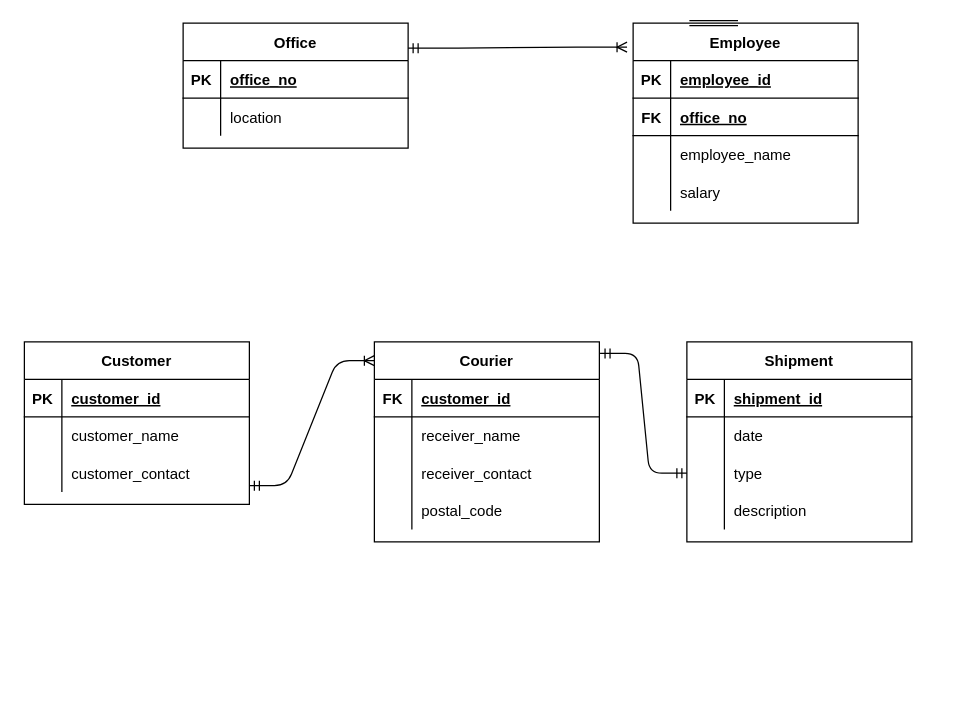
Above: Untitled Diagram.drawio in mmuneeburahman/DB (draw.io), before the change. Source tidied: cells renumbered, new cells numbered last; positions are measured from the earlier drawing's top-left corner, leaving out a move shared by most shapes. Both pictures are drawn from the tidied source at 125%, with x=0, y=0 at pixel (24, 22).
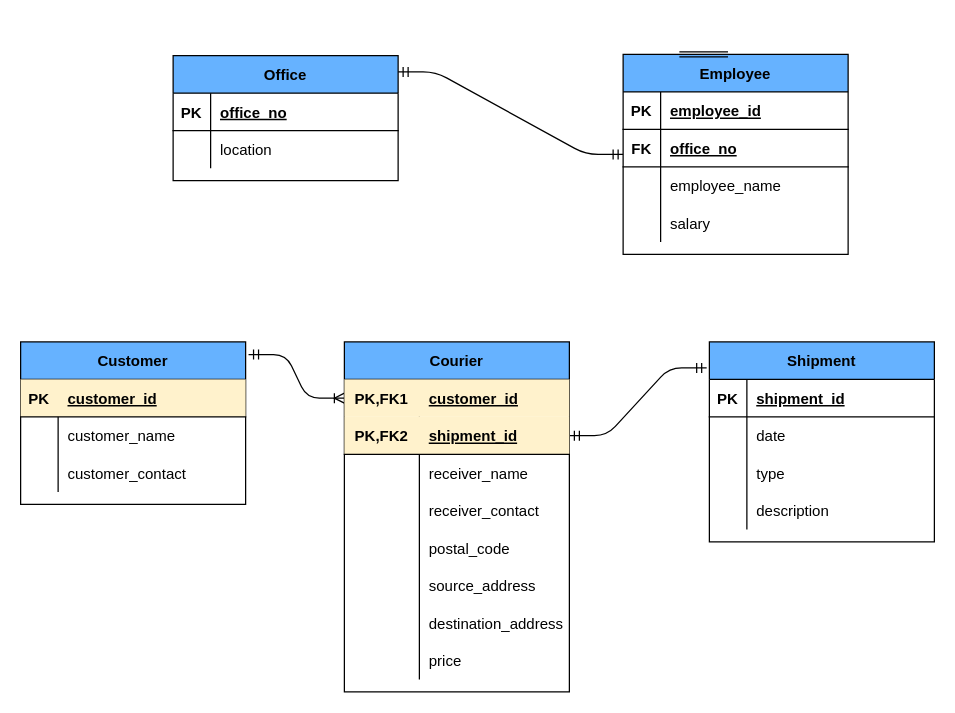
The same page after the edit.

Diff of the diagram source:
```diff
@@
-    <mxCell id="2" value="Shipment" style="shape=table;startSize=30;childLayout=tableLayout;rowLines=0;fontStyle=1;align=center;" parent="1" vertex="1">
-      <mxGeometry x="530" y="255" width="180" height="160" as="geometry" />
+    <mxCell id="2" value="Shipment" style="shape=table;startSize=30;childLayout=tableLayout;rowLines=0;fontStyle=1;align=center;fillColor=#66B2FF;" parent="1" vertex="1">
+      <mxGeometry x="548" y="255" width="180" height="160" as="geometry" />
     </mxCell>
@@
-    <mxCell id="15" value="Customer" style="shape=table;startSize=30;childLayout=tableLayout;rowLines=0;fontStyle=1;align=center;" parent="1" vertex="1">
-      <mxGeometry y="255" width="180" height="130" as="geometry" />
+    <mxCell id="15" value="Customer" style="shape=table;startSize=30;childLayout=tableLayout;rowLines=0;fontStyle=1;align=center;fillColor=#66B2FF;" parent="1" vertex="1">
+      <mxGeometry x="-3" y="255" width="180" height="130" as="geometry" />
     </mxCell>
-    <mxCell id="16" style="shape=partialRectangle;fillColor=none;top=0;left=0;bottom=1;right=0;" parent="15" vertex="1">
+    <mxCell id="16" style="shape=partialRectangle;fillColor=#FFF2CC;top=0;left=0;bottom=1;right=0;" parent="15" vertex="1">
       <mxGeometry y="30" width="180" height="30" as="geometry" />
     </mxCell>
@@
-    <mxCell id="25" value="Courier" style="shape=table;startSize=30;childLayout=tableLayout;rowLines=0;fontStyle=1;align=center;" parent="1" vertex="1">
-      <mxGeometry x="280" y="255" width="180" height="160" as="geometry" />
-    </mxCell>
-    <mxCell id="26" style="shape=partialRectangle;fillColor=none;top=0;left=0;bottom=1;right=0;" parent="25" vertex="1">
-      <mxGeometry y="30" width="180" height="30" as="geometry" />
-    </mxCell>
-    <mxCell id="27" value="FK" style="shape=partialRectangle;fillColor=none;top=0;left=0;bottom=0;right=0;fontStyle=1;overflow=hidden;" parent="26" vertex="1">
-      <mxGeometry width="30" height="30" as="geometry" />
-    </mxCell>
-    <mxCell id="28" value="customer_id" style="shape=partialRectangle;fillColor=none;top=0;left=0;bottom=0;right=0;align=left;spacingLeft=6;fontStyle=5;overflow=hidden;" parent="26" vertex="1">
-      <mxGeometry x="30" width="150" height="30" as="geometry" />
-    </mxCell>
-    <mxCell id="29" style="shape=partialRectangle;fillColor=none;top=0;left=0;bottom=0;right=0;" parent="25" vertex="1">
-      <mxGeometry y="60" width="180" height="30" as="geometry" />
-    </mxCell>
-    <mxCell id="30" style="shape=partialRectangle;fillColor=none;top=0;left=0;bottom=0;right=0;overflow=hidden;" parent="29" vertex="1">
-      <mxGeometry width="30" height="30" as="geometry" />
-    </mxCell>
-    <mxCell id="31" value="receiver_name" style="shape=partialRectangle;fillColor=none;top=0;left=0;bottom=0;right=0;align=left;spacingLeft=6;overflow=hidden;" parent="29" vertex="1">
-      <mxGeometry x="30" width="150" height="30" as="geometry" />
-    </mxCell>
-    <mxCell id="32" style="shape=partialRectangle;fillColor=none;top=0;left=0;bottom=0;right=0;" parent="25" vertex="1">
-      <mxGeometry y="90" width="180" height="30" as="geometry" />
-    </mxCell>
-    <mxCell id="33" style="shape=partialRectangle;fillColor=none;top=0;left=0;bottom=0;right=0;overflow=hidden;" parent="32" vertex="1">
-      <mxGeometry width="30" height="30" as="geometry" />
-    </mxCell>
-    <mxCell id="34" style="shape=partialRectangle;fillColor=none;top=0;left=0;bottom=0;right=0;align=left;spacingLeft=6;overflow=hidden;" parent="32" vertex="1">
-      <mxGeometry x="30" width="150" height="30" as="geometry" />
-    </mxCell>
-    <mxCell id="35" style="shape=partialRectangle;fillColor=none;top=0;left=0;bottom=0;right=0;" parent="25" vertex="1">
-      <mxGeometry y="120" width="180" height="30" as="geometry" />
-    </mxCell>
-    <mxCell id="36" style="shape=partialRectangle;fillColor=none;top=0;left=0;bottom=0;right=0;overflow=hidden;" parent="35" vertex="1">
-      <mxGeometry width="30" height="30" as="geometry" />
-    </mxCell>
-    <mxCell id="37" value="postal_code" style="shape=partialRectangle;fillColor=none;top=0;left=0;bottom=0;right=0;align=left;spacingLeft=6;overflow=hidden;" parent="35" vertex="1">
-      <mxGeometry x="30" width="150" height="30" as="geometry" />
-    </mxCell>
-    <mxCell id="38" value="receiver_contact" style="shape=partialRectangle;fillColor=none;top=0;left=0;bottom=0;right=0;align=left;spacingLeft=6;overflow=hidden;" parent="1" vertex="1">
-      <mxGeometry x="310" y="345" width="150" height="30" as="geometry" />
-    </mxCell>
-    <mxCell id="39" style="edgeStyle=entityRelationEdgeStyle;fontSize=12;html=1;endArrow=ERoneToMany;startArrow=ERmandOne;" parent="1" edge="1">
-      <mxGeometry relative="1" as="geometry">
-        <mxPoint x="180" y="370" as="sourcePoint" />
-        <mxPoint x="280" y="270" as="targetPoint" />
-      </mxGeometry>
+    <mxCell id="39" style="edgeStyle=entityRelationEdgeStyle;fontSize=12;html=1;endArrow=ERoneToMany;startArrow=ERmandOne;entryX=0;entryY=0.5;entryDx=0;entryDy=0;exitX=1.013;exitY=0.078;exitDx=0;exitDy=0;exitPerimeter=0;entryPerimeter=0;" parent="1" edge="1" source="15" target="65">
+      <mxGeometry relative="1" as="geometry" />
     </mxCell>
-    <mxCell id="40" style="edgeStyle=entityRelationEdgeStyle;fontSize=12;html=1;endArrow=ERmandOne;startArrow=ERmandOne;exitX=1.003;exitY=0.058;exitDx=0;exitDy=0;exitPerimeter=0;" parent="1" edge="1" source="25">
-      <mxGeometry relative="1" as="geometry">
-        <mxPoint x="530" y="360" as="targetPoint" />
-      </mxGeometry>
+    <mxCell id="40" style="edgeStyle=entityRelationEdgeStyle;fontSize=12;html=1;endArrow=ERmandOne;startArrow=ERmandOne;exitX=1;exitY=0.5;exitDx=0;exitDy=0;entryX=-0.012;entryY=0.13;entryDx=0;entryDy=0;entryPerimeter=0;" parent="1" edge="1" source="67" target="2">
+      <mxGeometry relative="1" as="geometry" />
     </mxCell>
     <mxCell id="41" style="group;" parent="1" vertex="1">
-      <mxGeometry x="127" width="540" height="160" as="geometry" />
+      <mxGeometry x="119" y="25" width="540" height="160" as="geometry" />
     </mxCell>
-    <mxCell id="42" value="Office" style="shape=table;startSize=30;childLayout=tableLayout;rowLines=0;fontStyle=1;align=center;" parent="41" vertex="1">
-      <mxGeometry width="180" height="100" as="geometry" />
+    <mxCell id="42" value="Office" style="shape=table;startSize=30;childLayout=tableLayout;rowLines=0;fontStyle=1;align=center;fillColor=#66B2FF;" parent="41" vertex="1">
+      <mxGeometry y="1" width="180" height="100" as="geometry" />
     </mxCell>
@@
-    <mxCell id="49" value="Employee" style="shape=table;startSize=30;childLayout=tableLayout;rowLines=0;fontStyle=1;align=center;" parent="41" vertex="1">
+    <mxCell id="49" value="Employee" style="shape=table;startSize=30;childLayout=tableLayout;rowLines=0;fontStyle=1;align=center;fillColor=#66B2FF;" parent="41" vertex="1">
       <mxGeometry x="360" width="180" height="160" as="geometry" />
     </mxCell>
@@
-    <mxCell id="63" style="edgeStyle=entityRelationEdgeStyle;fontSize=12;html=1;endArrow=ERoneToMany;startArrow=ERmandOne;entryX=-0.027;entryY=0.12;entryDx=0;entryDy=0;entryPerimeter=0;" parent="41" edge="1" target="49">
-      <mxGeometry relative="1" as="geometry">
-        <mxPoint x="180" y="20" as="sourcePoint" />
-      </mxGeometry>
-    </mxCell>
+    <mxCell id="64" style="edgeStyle=entityRelationEdgeStyle;fontSize=12;html=1;endArrow=ERmandOne;startArrow=ERmandOne;" parent="41" edge="1" target="49">
+      <mxGeometry relative="1" as="geometry">
+        <mxPoint x="180" y="14" as="sourcePoint" />
+      </mxGeometry>
+    </mxCell>
+    <mxCell id="25" value="Courier" style="shape=table;startSize=30;childLayout=tableLayout;rowLines=0;fontStyle=1;align=center;fillColor=#66B2FF;" parent="1" vertex="1">
+      <mxGeometry x="256" y="255" width="180" height="280" as="geometry" />
+    </mxCell>
+    <mxCell id="65" style="shape=partialRectangle;fillColor=#FFF2CC;top=0;left=0;bottom=0;right=0;points=[[0,0.5],[1,0.5]];portConstraint=eastwest;" parent="25" vertex="1">
+      <mxGeometry y="30" width="180" height="30" as="geometry" />
+    </mxCell>
+    <mxCell id="66" value="PK,FK1" style="shape=partialRectangle;fillColor=none;top=0;left=0;bottom=0;right=0;fontStyle=1;overflow=hidden;" parent="65" vertex="1">
+      <mxGeometry width="60" height="30" as="geometry" />
+    </mxCell>
+    <mxCell id="28" value="customer_id" style="shape=partialRectangle;fillColor=none;top=0;left=0;bottom=0;right=0;align=left;spacingLeft=6;fontStyle=5;overflow=hidden;" parent="65" vertex="1">
+      <mxGeometry x="60" width="120" height="30" as="geometry" />
+    </mxCell>
+    <mxCell id="67" style="shape=partialRectangle;fillColor=#FFF2CC;top=0;left=0;bottom=1;right=0;points=[[0,0.5],[1,0.5]];portConstraint=eastwest;" parent="25" vertex="1">
+      <mxGeometry y="60" width="180" height="30" as="geometry" />
+    </mxCell>
+    <mxCell id="68" value="PK,FK2" style="shape=partialRectangle;fillColor=none;top=0;left=0;bottom=0;right=0;fontStyle=1;overflow=hidden;" parent="67" vertex="1">
+      <mxGeometry width="60" height="30" as="geometry" />
+    </mxCell>
+    <mxCell id="69" value="shipment_id" style="shape=partialRectangle;fillColor=none;top=0;left=0;bottom=0;right=0;align=left;spacingLeft=6;fontStyle=5;overflow=hidden;" parent="67" vertex="1">
+      <mxGeometry x="60" width="120" height="30" as="geometry" />
+    </mxCell>
+    <mxCell id="32" style="shape=partialRectangle;fillColor=none;top=0;left=0;bottom=0;right=0;" parent="25" vertex="1">
+      <mxGeometry y="90" width="180" height="30" as="geometry" />
+    </mxCell>
+    <mxCell id="70" style="shape=partialRectangle;fillColor=none;top=0;left=0;bottom=0;right=0;overflow=hidden;" parent="32" vertex="1">
+      <mxGeometry width="60" height="30" as="geometry" />
+    </mxCell>
+    <mxCell id="31" value="receiver_name" style="shape=partialRectangle;fillColor=none;top=0;left=0;bottom=0;right=0;align=left;spacingLeft=6;overflow=hidden;" parent="32" vertex="1">
+      <mxGeometry x="60" width="120" height="30" as="geometry" />
+    </mxCell>
+    <mxCell id="35" style="shape=partialRectangle;fillColor=none;top=0;left=0;bottom=0;right=0;" parent="25" vertex="1">
+      <mxGeometry y="120" width="180" height="30" as="geometry" />
+    </mxCell>
+    <mxCell id="71" style="shape=partialRectangle;fillColor=none;top=0;left=0;bottom=0;right=0;overflow=hidden;" parent="35" vertex="1">
+      <mxGeometry width="60" height="30" as="geometry" />
+    </mxCell>
+    <mxCell id="38" value="receiver_contact" style="shape=partialRectangle;fillColor=none;top=0;left=0;bottom=0;right=0;align=left;spacingLeft=6;overflow=hidden;" parent="35" vertex="1">
+      <mxGeometry x="60" width="120" height="30" as="geometry" />
+    </mxCell>
+    <mxCell id="72" style="shape=partialRectangle;fillColor=none;top=0;left=0;bottom=0;right=0;" parent="25" vertex="1">
+      <mxGeometry y="150" width="180" height="30" as="geometry" />
+    </mxCell>
+    <mxCell id="73" style="shape=partialRectangle;fillColor=none;top=0;left=0;bottom=0;right=0;overflow=hidden;" parent="72" vertex="1">
+      <mxGeometry width="60" height="30" as="geometry" />
+    </mxCell>
+    <mxCell id="37" value="postal_code" style="shape=partialRectangle;fillColor=none;top=0;left=0;bottom=0;right=0;align=left;spacingLeft=6;overflow=hidden;" parent="72" vertex="1">
+      <mxGeometry x="60" width="120" height="30" as="geometry" />
+    </mxCell>
+    <mxCell id="74" style="shape=partialRectangle;fillColor=none;top=0;left=0;bottom=0;right=0;" parent="25" vertex="1">
+      <mxGeometry y="180" width="180" height="30" as="geometry" />
+    </mxCell>
+    <mxCell id="75" style="shape=partialRectangle;fillColor=none;top=0;left=0;bottom=0;right=0;overflow=hidden;" parent="74" vertex="1">
+      <mxGeometry width="60" height="30" as="geometry" />
+    </mxCell>
+    <mxCell id="76" value="source_address" style="shape=partialRectangle;fillColor=none;top=0;left=0;bottom=0;right=0;align=left;spacingLeft=6;overflow=hidden;" parent="74" vertex="1">
+      <mxGeometry x="60" width="120" height="30" as="geometry" />
+    </mxCell>
+    <mxCell id="77" style="shape=partialRectangle;fillColor=none;top=0;left=0;bottom=0;right=0;" parent="25" vertex="1">
+      <mxGeometry y="210" width="180" height="30" as="geometry" />
+    </mxCell>
+    <mxCell id="78" style="shape=partialRectangle;fillColor=none;top=0;left=0;bottom=0;right=0;overflow=hidden;" parent="77" vertex="1">
+      <mxGeometry width="60" height="30" as="geometry" />
+    </mxCell>
+    <mxCell id="79" value="destination_address" style="shape=partialRectangle;fillColor=none;top=0;left=0;bottom=0;right=0;align=left;spacingLeft=6;overflow=hidden;" parent="77" vertex="1">
+      <mxGeometry x="60" width="120" height="30" as="geometry" />
+    </mxCell>
+    <mxCell id="80" style="shape=partialRectangle;fillColor=none;top=0;left=0;bottom=0;right=0;" parent="25" vertex="1">
+      <mxGeometry y="240" width="180" height="30" as="geometry" />
+    </mxCell>
+    <mxCell id="81" style="shape=partialRectangle;fillColor=none;top=0;left=0;bottom=0;right=0;overflow=hidden;" parent="80" vertex="1">
+      <mxGeometry width="60" height="30" as="geometry" />
+    </mxCell>
+    <mxCell id="82" value="price" style="shape=partialRectangle;fillColor=none;top=0;left=0;bottom=0;right=0;align=left;spacingLeft=6;overflow=hidden;" parent="80" vertex="1">
+      <mxGeometry x="60" width="120" height="30" as="geometry" />
+    </mxCell>
```
